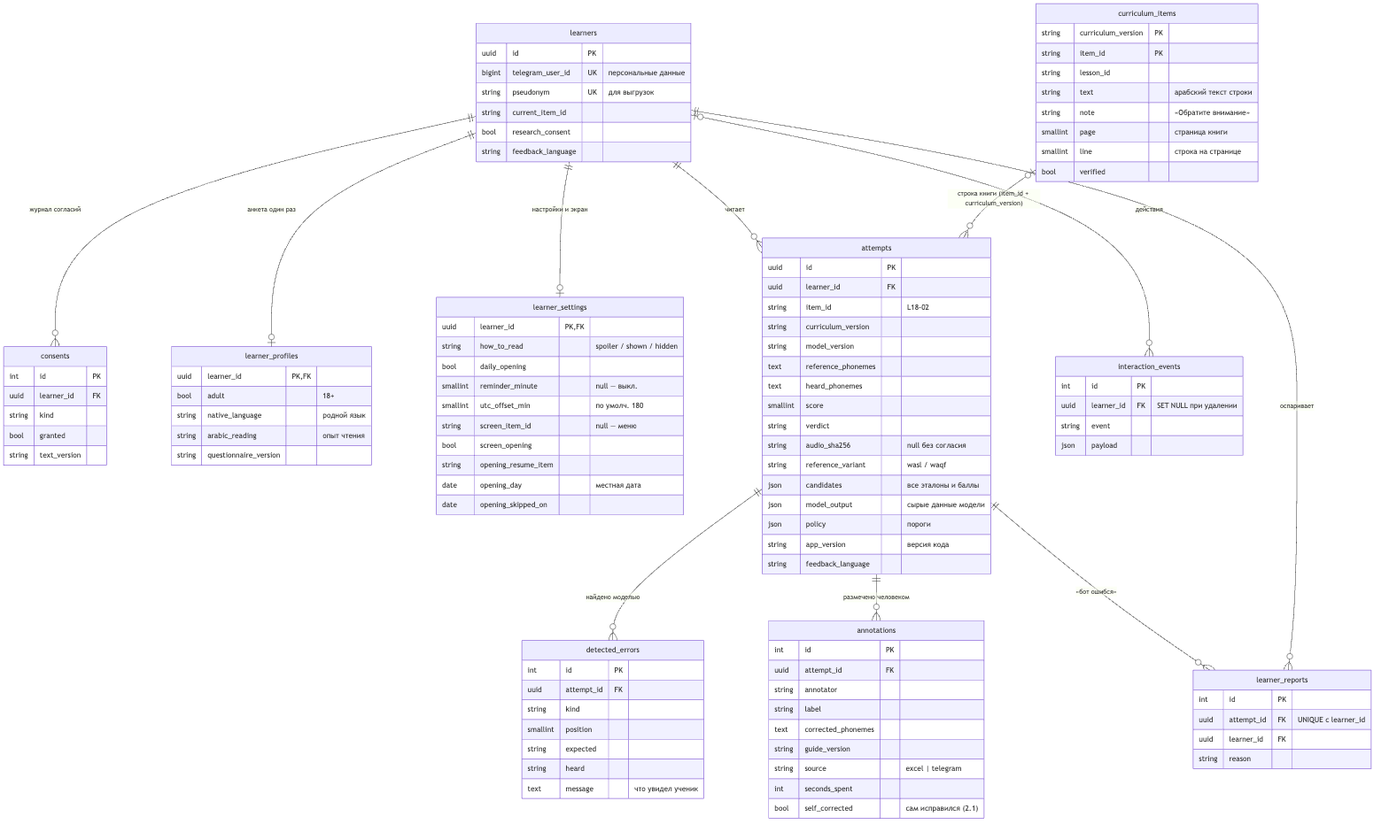
This is docs/architecture/diagrams/04-er.png from abdra04-gif/muallim, a Mermaid export, as it was before one commit. Its source is kept beside it as docs/architecture/diagrams/04-er.mmd.
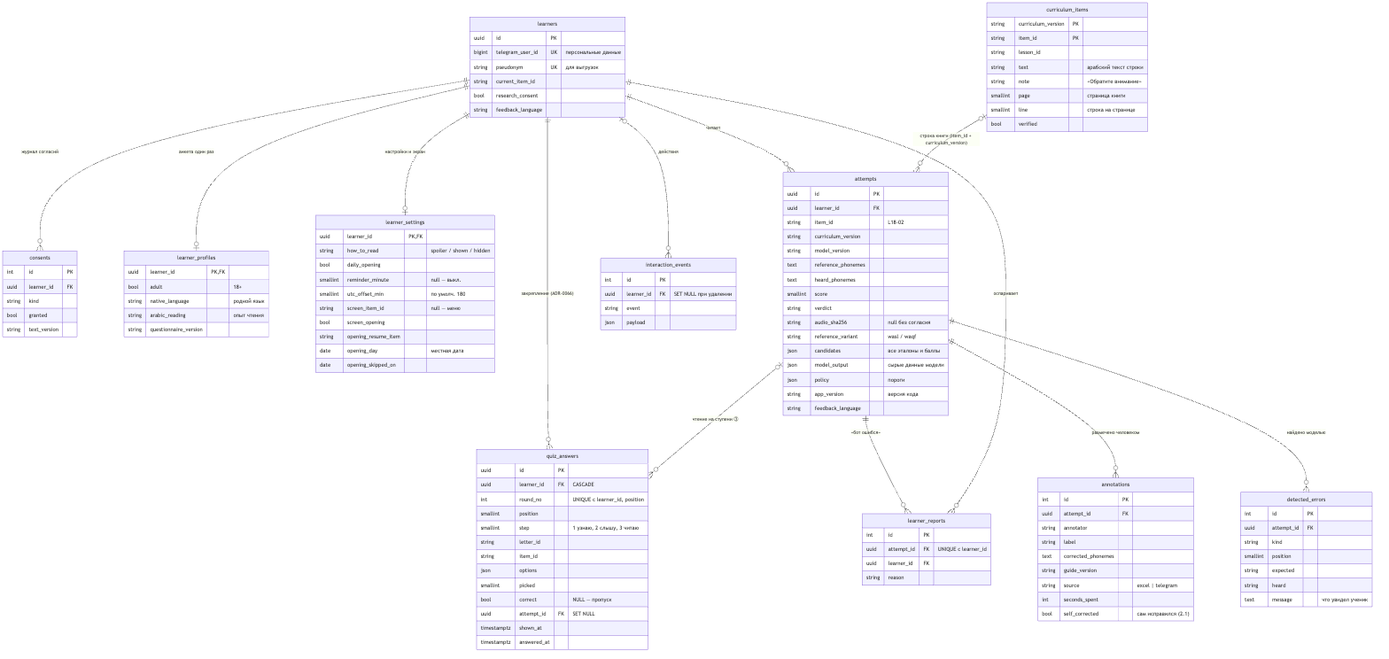
Later version of the same file.

Change to the diagram source:
```diff
@@ -9,6 +9,8 @@
     attempts ||--o{ learner_reports : "«бот ошибся»"
     learners ||--o{ learner_reports : "оспаривает"
     curriculum_items |o--o{ attempts : "строка книги (item_id + curriculum_version)"
+    learners ||--o{ quiz_answers : "закрепление (ADR-0066)"
+    attempts |o--o{ quiz_answers : "чтение на ступени ③"
 
     learners {
         uuid id PK
@@ -104,3 +106,19 @@
         string event
         json payload
     }
+
+    quiz_answers {
+        uuid id PK
+        uuid learner_id FK "CASCADE"
+        int round_no "UNIQUE с learner_id, position"
+        smallint position
+        smallint step "1 узнаю, 2 слышу, 3 читаю"
+        string letter_id
+        string item_id
+        json options
+        smallint picked
+        bool correct "NULL — пропуск"
+        uuid attempt_id FK "SET NULL"
+        timestamptz shown_at
+        timestamptz answered_at
+    }
```
